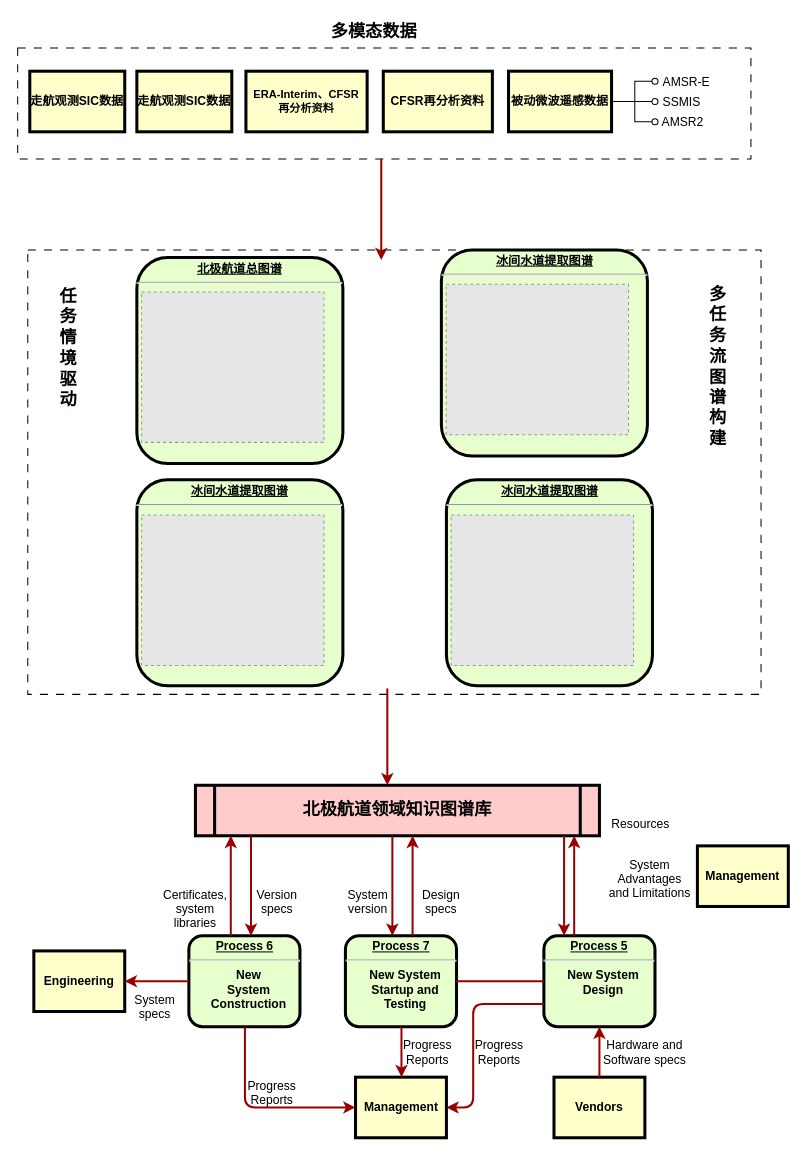
huxinkan517/DRAW.IO keeps this draw.io diagram as 北极航道.drawio. Above is the earlier version. Source tidied: cells renumbered, new cells numbered last; positions are measured from the earlier drawing's top-left corner, leaving out a move shared by most shapes. Both pictures are drawn from the tidied source at 101%, with x=0, y=0 at pixel (17, 17). Pictures stored in the file or linked from it are replaced by grey dashed boxes.
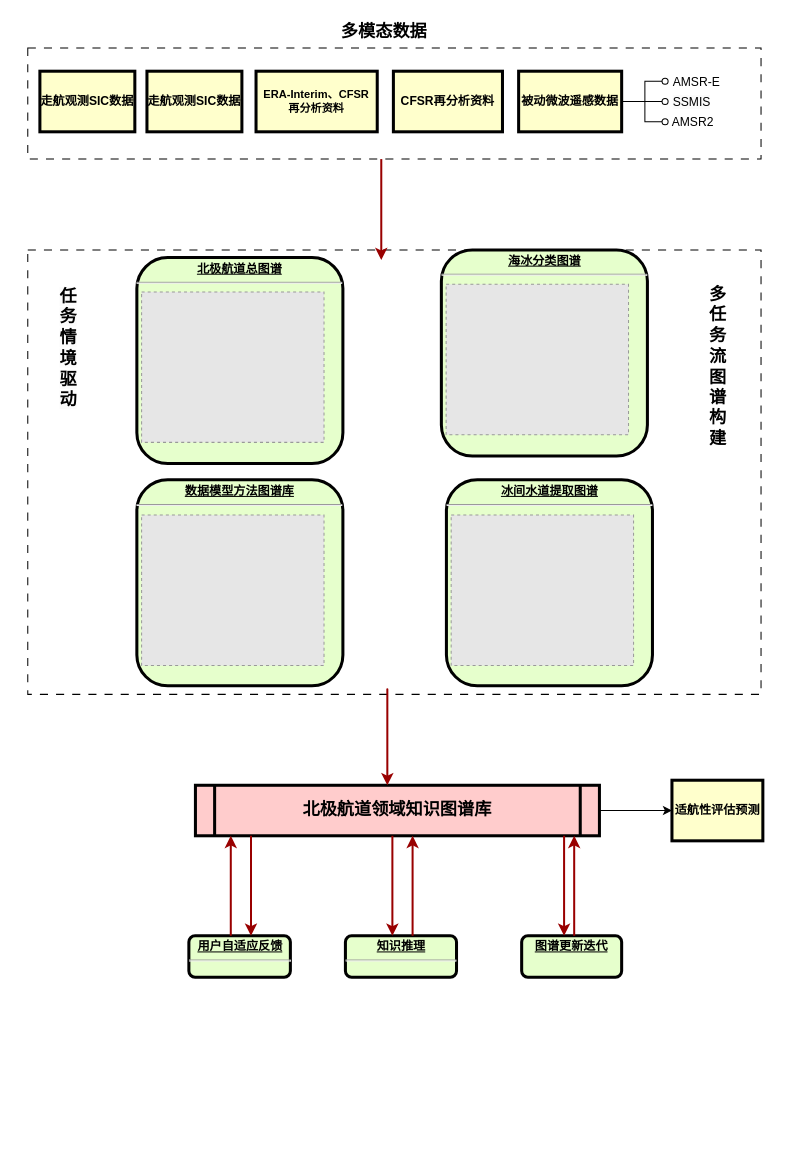
The same page after the edit.

Commit message (it also covers changes not shown here):
更新北极航道.drawio

The change refers to these unchanged cells:
```xml
<mxCell id="6" value="北极航道领域知识图谱库" style="shape=process;whiteSpace=wrap;align=center;verticalAlign=middle;size=0.0475;fontStyle=1;strokeWidth=3;fillColor=#FFCCCC;fontSize=17;" parent="1" vertex="1">
  <mxGeometry x="176" y="760" width="400" height="50" as="geometry" />
</mxCell>
```

Change to the diagram source:
```diff
@@
     <mxCell id="3" style="rounded=0;whiteSpace=wrap;html=1;strokeColor=default;dashed=1;dashPattern=8 8;" parent="1" vertex="1">
-      <mxGeometry y="30" width="726" height="110" as="geometry" />
+      <mxGeometry x="10" y="30" width="726" height="110" as="geometry" />
     </mxCell>
     <mxCell id="4" value="ERA-Interim、CFSR&#10;再分析资料" style="whiteSpace=wrap;align=center;verticalAlign=middle;fontStyle=1;strokeWidth=3;fillColor=#FFFFCC;fontSize=11;" parent="1" vertex="1">
-      <mxGeometry x="226" y="53" width="120" height="60" as="geometry" />
+      <mxGeometry x="236" y="53" width="120" height="60" as="geometry" />
     </mxCell>
     <mxCell id="5" value="CFSR再分析资料" style="whiteSpace=wrap;align=center;verticalAlign=middle;fontStyle=1;strokeWidth=3;fillColor=#FFFFCC;fontSize=12;" parent="1" vertex="1">
-      <mxGeometry x="362" y="53" width="108" height="60" as="geometry" />
+      <mxGeometry x="372" y="53" width="108" height="60" as="geometry" />
     </mxCell>
+    <mxCell id="60" style="edgeStyle=orthogonalEdgeStyle;rounded=0;jettySize=auto;html=1;exitX=1;exitY=0.5;exitDx=0;exitDy=0;entryX=0;entryY=0.5;entryDx=0;entryDy=0;" parent="1" edge="1" source="6" target="10">
+      <mxGeometry relative="1" as="geometry" />
+    </mxCell>
@@
-    <mxCell id="7" value="&lt;p style=&quot;margin: 0px; margin-top: 4px; text-align: center; text-decoration: underline;&quot;&gt;&lt;strong&gt;冰间水道提取图谱&lt;/strong&gt;&lt;/p&gt;&lt;hr&gt;&lt;p style=&quot;margin: 0px; margin-left: 8px;&quot;&gt;&lt;br&gt;&lt;/p&gt;" style="verticalAlign=middle;align=center;overflow=fill;fontSize=12;fontFamily=Helvetica;html=1;rounded=1;fontStyle=1;strokeWidth=3;fillColor=#E6FFCC;" parent="1" vertex="1">
+    <mxCell id="7" value="&lt;p style=&quot;margin: 0px; margin-top: 4px; text-align: center; text-decoration: underline;&quot;&gt;&lt;strong&gt;海冰分类图谱&lt;/strong&gt;&lt;/p&gt;&lt;hr&gt;&lt;p style=&quot;margin: 0px; margin-left: 8px;&quot;&gt;&lt;br&gt;&lt;/p&gt;" style="verticalAlign=middle;align=center;overflow=fill;fontSize=12;fontFamily=Helvetica;html=1;rounded=1;fontStyle=1;strokeWidth=3;fillColor=#E6FFCC;" parent="1" vertex="1">
       <mxGeometry x="419.5" y="230" width="204" height="204" as="geometry" />
     </mxCell>
-    <mxCell id="8" value="&lt;p style=&quot;margin: 0px; margin-top: 4px; text-align: center; text-decoration: underline;&quot;&gt;&lt;strong&gt;&lt;strong&gt;Process&lt;/strong&gt; 5&lt;br /&gt;&lt;/strong&gt;&lt;/p&gt;&lt;hr /&gt;&lt;p style=&quot;margin: 0px; margin-left: 8px;&quot;&gt;New System&lt;/p&gt;&lt;p style=&quot;margin: 0px; margin-left: 8px;&quot;&gt;Design&lt;/p&gt;" style="verticalAlign=middle;align=center;overflow=fill;fontSize=12;fontFamily=Helvetica;html=1;rounded=1;fontStyle=1;strokeWidth=3;fillColor=#E6FFCC;" parent="1" vertex="1">
-      <mxGeometry x="521" y="909" width="110" height="90" as="geometry" />
+    <mxCell id="8" value="&lt;p style=&quot;margin: 0px; margin-top: 4px; text-align: center; text-decoration: underline;&quot;&gt;图谱更新迭代&lt;/p&gt;" style="verticalAlign=middle;align=center;overflow=fill;fontSize=12;fontFamily=Helvetica;html=1;rounded=1;fontStyle=1;strokeWidth=3;fillColor=#E6FFCC;" parent="1" vertex="1">
+      <mxGeometry x="499" y="909" width="99" height="41" as="geometry" />
     </mxCell>
-    <mxCell id="9" value="&lt;p style=&quot;margin: 0px; margin-top: 4px; text-align: center; text-decoration: underline;&quot;&gt;&lt;strong&gt;&lt;strong&gt;Process&lt;/strong&gt; 6&lt;br /&gt;&lt;/strong&gt;&lt;/p&gt;&lt;hr /&gt;&lt;p style=&quot;margin: 0px; margin-left: 8px;&quot;&gt;New&lt;/p&gt;&lt;p style=&quot;margin: 0px; margin-left: 8px;&quot;&gt;System&lt;/p&gt;&lt;p style=&quot;margin: 0px; margin-left: 8px;&quot;&gt;Construction&lt;/p&gt;" style="verticalAlign=middle;align=center;overflow=fill;fontSize=12;fontFamily=Helvetica;html=1;rounded=1;fontStyle=1;strokeWidth=3;fillColor=#E6FFCC;" parent="1" vertex="1">
-      <mxGeometry x="169.5" y="909" width="110" height="90" as="geometry" />
+    <mxCell id="9" value="&lt;p style=&quot;margin: 0px; margin-top: 4px; text-align: center; text-decoration: underline;&quot;&gt;&lt;strong&gt;用户自适应反馈&lt;/strong&gt;&lt;/p&gt;&lt;hr&gt;&lt;p style=&quot;margin: 0px; margin-left: 8px;&quot;&gt;&lt;br&gt;&lt;/p&gt;" style="verticalAlign=middle;align=center;overflow=fill;fontSize=12;fontFamily=Helvetica;html=1;rounded=1;fontStyle=1;strokeWidth=3;fillColor=#E6FFCC;" parent="1" vertex="1">
+      <mxGeometry x="169.5" y="909" width="100.5" height="41" as="geometry" />
     </mxCell>
-    <mxCell id="10" value="Management" style="whiteSpace=wrap;align=center;verticalAlign=middle;fontStyle=1;strokeWidth=3;fillColor=#FFFFCC;" parent="1" vertex="1">
-      <mxGeometry x="673" y="820" width="90" height="60" as="geometry" />
+    <mxCell id="10" value="适航性评估预测" style="whiteSpace=wrap;align=center;verticalAlign=middle;fontStyle=1;strokeWidth=3;fillColor=#FFFFCC;" parent="1" vertex="1">
+      <mxGeometry x="647.8" y="755" width="90" height="60" as="geometry" />
     </mxCell>
-    <mxCell id="11" value="Management" style="whiteSpace=wrap;align=center;verticalAlign=middle;fontStyle=1;strokeWidth=3;fillColor=#FFFFCC;" parent="1" vertex="1">
-      <mxGeometry x="334.5" y="1049" width="90" height="60" as="geometry" />
-    </mxCell>
-    <mxCell id="12" value="Engineering" style="whiteSpace=wrap;align=center;verticalAlign=middle;fontStyle=1;strokeWidth=3;fillColor=#FFFFCC;" parent="1" vertex="1">
-      <mxGeometry x="16" y="924" width="90" height="60" as="geometry" />
-    </mxCell>
-    <mxCell id="13" value="Vendors" style="whiteSpace=wrap;align=center;verticalAlign=middle;fontStyle=1;strokeWidth=3;fillColor=#FFFFCC;" parent="1" vertex="1">
-      <mxGeometry x="531" y="1049" width="90" height="60" as="geometry" />
-    </mxCell>
@@
-    <mxCell id="15" value="&lt;p style=&quot;margin: 0px; margin-top: 4px; text-align: center; text-decoration: underline;&quot;&gt;&lt;strong&gt;&lt;strong&gt;Process&lt;/strong&gt; 7&lt;br /&gt;&lt;/strong&gt;&lt;/p&gt;&lt;hr /&gt;&lt;p style=&quot;margin: 0px; margin-left: 8px;&quot;&gt;New System&lt;/p&gt;&lt;p style=&quot;margin: 0px; margin-left: 8px;&quot;&gt;Startup and&lt;/p&gt;&lt;p style=&quot;margin: 0px; margin-left: 8px;&quot;&gt;Testing&lt;/p&gt;" style="verticalAlign=middle;align=center;overflow=fill;fontSize=12;fontFamily=Helvetica;html=1;rounded=1;fontStyle=1;strokeWidth=3;fillColor=#E6FFCC;" parent="1" vertex="1">
-      <mxGeometry x="324.5" y="909" width="110" height="90" as="geometry" />
+    <mxCell id="15" value="&lt;p style=&quot;margin: 0px; margin-top: 4px; text-align: center; text-decoration: underline;&quot;&gt;&lt;strong&gt;知识推理&lt;/strong&gt;&lt;/p&gt;&lt;hr&gt;&lt;p style=&quot;margin: 0px; margin-left: 8px;&quot;&gt;&lt;br&gt;&lt;/p&gt;" style="verticalAlign=middle;align=center;overflow=fill;fontSize=12;fontFamily=Helvetica;html=1;rounded=1;fontStyle=1;strokeWidth=3;fillColor=#E6FFCC;" parent="1" vertex="1">
+      <mxGeometry x="324.5" y="909" width="110" height="41" as="geometry" />
     </mxCell>
-    <mxCell id="16" style="endArrow=none;noEdgeStyle=1;strokeColor=#990000;strokeWidth=2;" parent="1" edge="1" source="8" target="15">
-      <mxGeometry relative="1" as="geometry" />
-    </mxCell>
@@
-    <mxCell id="18" value="Resources" style="text;spacingTop=-5;align=center;" parent="1" vertex="1">
-      <mxGeometry x="602" y="790" width="30" height="20" as="geometry" />
-    </mxCell>
-    <mxCell id="19" value="System &#10;Advantages &#10;and Limitations" style="text;spacingTop=-5;align=center;" parent="1" vertex="1">
-      <mxGeometry x="611" y="830" width="30" height="20" as="geometry" />
-    </mxCell>
@@
-    <mxCell id="22" style="edgeStyle=elbowEdgeStyle;elbow=horizontal;strokeColor=#990000;strokeWidth=2;" parent="1" edge="1" source="13" target="8">
-      <mxGeometry relative="1" as="geometry" />
-    </mxCell>
-    <mxCell id="23" value="Hardware and&#10;Software specs" style="text;spacingTop=-5;align=center;" parent="1" vertex="1">
-      <mxGeometry x="606" y="1009" width="30" height="20" as="geometry" />
-    </mxCell>
-    <mxCell id="24" style="edgeStyle=elbowEdgeStyle;elbow=horizontal;exitX=0;exitY=0.75;strokeColor=#990000;strokeWidth=2;" parent="1" edge="1" source="8" target="11">
-      <mxGeometry relative="1" as="geometry">
-        <Array as="points">
-          <mxPoint x="451" y="1029" />
-        </Array>
-      </mxGeometry>
-    </mxCell>
-    <mxCell id="25" value="Progress&#10;Reports" style="text;spacingTop=-5;align=center;" parent="1" vertex="1">
-      <mxGeometry x="462" y="1009" width="30" height="20" as="geometry" />
-    </mxCell>
-    <mxCell id="26" style="edgeStyle=elbowEdgeStyle;elbow=horizontal;strokeColor=#990000;strokeWidth=2;" parent="1" edge="1" source="15" target="11">
-      <mxGeometry relative="1" as="geometry" />
-    </mxCell>
-    <mxCell id="27" value="Progress&#10;Reports" style="text;spacingTop=-5;align=center;" parent="1" vertex="1">
-      <mxGeometry x="391" y="1009" width="30" height="20" as="geometry" />
-    </mxCell>
-    <mxCell id="28" style="edgeStyle=elbowEdgeStyle;elbow=horizontal;strokeColor=#990000;strokeWidth=2;" parent="1" edge="1" source="9" target="11">
-      <mxGeometry relative="1" as="geometry">
-        <Array as="points">
-          <mxPoint x="225" y="1029" />
-        </Array>
-      </mxGeometry>
-    </mxCell>
-    <mxCell id="29" value="Progress&#10;Reports" style="text;spacingTop=-5;align=center;" parent="1" vertex="1">
-      <mxGeometry x="237" y="1049" width="30" height="20" as="geometry" />
-    </mxCell>
-    <mxCell id="30" style="edgeStyle=elbowEdgeStyle;elbow=vertical;strokeColor=#990000;strokeWidth=2;" parent="1" edge="1" source="9" target="12">
-      <mxGeometry relative="1" as="geometry" />
-    </mxCell>
@@
-    <mxCell id="33" value="Version&#10;specs" style="text;spacingTop=-5;align=center;" parent="1" vertex="1">
-      <mxGeometry x="242" y="860" width="30" height="20" as="geometry" />
-    </mxCell>
-    <mxCell id="34" value="Certificates,&#10;system&#10;libraries" style="text;spacingTop=-5;align=center;" parent="1" vertex="1">
-      <mxGeometry x="161" y="860" width="30" height="20" as="geometry" />
-    </mxCell>
@@
-    <mxCell id="37" value="System&#10;specs" style="text;spacingTop=-5;align=center;" parent="1" vertex="1">
-      <mxGeometry x="121" y="964" width="30" height="20" as="geometry" />
-    </mxCell>
-    <mxCell id="38" value="Design&#10;specs" style="text;spacingTop=-5;align=center;" parent="1" vertex="1">
-      <mxGeometry x="404.5" y="860" width="30" height="20" as="geometry" />
-    </mxCell>
-    <mxCell id="39" value="System&#10;version" style="text;spacingTop=-5;align=center;" parent="1" vertex="1">
-      <mxGeometry x="332" y="860" width="30" height="20" as="geometry" />
-    </mxCell>
     <mxCell id="40" style="edgeStyle=orthogonalEdgeStyle;rounded=0;jettySize=auto;html=1;exitX=1;exitY=0.5;exitDx=0;exitDy=0;endArrow=oval;endFill=0;" parent="1" edge="1" source="42">
       <mxGeometry relative="1" as="geometry">
-        <mxPoint x="631" y="63" as="targetPoint" />
+        <mxPoint x="641" y="63" as="targetPoint" />
         <Array as="points">
-          <mxPoint x="611" y="83" />
-          <mxPoint x="611" y="63" />
+          <mxPoint x="621" y="83" />
+          <mxPoint x="621" y="63" />
         </Array>
       </mxGeometry>
     </mxCell>
     <mxCell id="41" style="edgeStyle=orthogonalEdgeStyle;rounded=0;jettySize=auto;html=1;exitX=1;exitY=0.5;exitDx=0;exitDy=0;endArrow=oval;endFill=0;" parent="1" edge="1" source="42">
       <mxGeometry relative="1" as="geometry">
-        <mxPoint x="631" y="83" as="targetPoint" />
+        <mxPoint x="641" y="83" as="targetPoint" />
       </mxGeometry>
     </mxCell>
     <mxCell id="42" value="被动微波遥感数据" style="whiteSpace=wrap;align=center;verticalAlign=middle;fontStyle=1;strokeWidth=3;fillColor=#FFFFCC;fontSize=12;" parent="1" vertex="1">
-      <mxGeometry x="486" y="53" width="102" height="60" as="geometry" />
+      <mxGeometry x="496" y="53" width="102" height="60" as="geometry" />
     </mxCell>
     <mxCell id="43" style="edgeStyle=orthogonalEdgeStyle;rounded=0;jettySize=auto;html=1;exitX=1;exitY=0.5;exitDx=0;exitDy=0;endArrow=oval;endFill=0;" parent="1" edge="1" source="42">
       <mxGeometry relative="1" as="geometry">
-        <mxPoint x="631" y="103" as="targetPoint" />
+        <mxPoint x="641" y="103" as="targetPoint" />
         <Array as="points">
-          <mxPoint x="611" y="83" />
-          <mxPoint x="611" y="103" />
+          <mxPoint x="621" y="83" />
+          <mxPoint x="621" y="103" />
         </Array>
       </mxGeometry>
     </mxCell>
     <mxCell id="44" value="&lt;span style=&quot;color: rgb(0, 0, 0); font-family: Helvetica; font-size: 12px; font-style: normal; font-variant-ligatures: normal; font-variant-caps: normal; font-weight: 400; letter-spacing: normal; orphans: 2; text-align: left; text-indent: 0px; text-transform: none; widows: 2; word-spacing: 0px; -webkit-text-stroke-width: 0px; background-color: rgb(251, 251, 251); text-decoration-thickness: initial; text-decoration-style: initial; text-decoration-color: initial; float: none; display: inline !important;&quot;&gt;SSMIS&lt;/span&gt;" style="text;whiteSpace=wrap;html=1;" parent="1" vertex="1">
-      <mxGeometry x="637" y="70" width="80" height="40" as="geometry" />
+      <mxGeometry x="647" y="70" width="80" height="40" as="geometry" />
     </mxCell>
     <mxCell id="45" value="AMSR-E" style="text;whiteSpace=wrap;html=1;" parent="1" vertex="1">
-      <mxGeometry x="637" y="50" width="70" height="40" as="geometry" />
+      <mxGeometry x="647" y="50" width="70" height="40" as="geometry" />
     </mxCell>
     <mxCell id="46" value="AMSR2" style="text;whiteSpace=wrap;html=1;" parent="1" vertex="1">
-      <mxGeometry x="636" y="90" width="70" height="40" as="geometry" />
+      <mxGeometry x="646" y="90" width="70" height="40" as="geometry" />
     </mxCell>
     <mxCell id="47" value="&lt;font style=&quot;font-size: 17px;&quot;&gt;多模态数据&lt;/font&gt;" style="text;html=1;strokeColor=none;fillColor=none;align=center;verticalAlign=middle;whiteSpace=wrap;rounded=0;fontStyle=1;" parent="1" vertex="1">
-      <mxGeometry x="285.5" width="134" height="30" as="geometry" />
+      <mxGeometry x="295.5" width="134" height="30" as="geometry" />
     </mxCell>
     <mxCell id="48" value="&lt;p&gt;&lt;br&gt;&lt;/p&gt;" style="text;whiteSpace=wrap;html=1;" parent="1" vertex="1">
-      <mxGeometry x="117" y="73" width="120" height="40" as="geometry" />
+      <mxGeometry x="127" y="73" width="120" height="40" as="geometry" />
     </mxCell>
     <mxCell id="49" value="走航观测SIC数据" style="whiteSpace=wrap;align=center;verticalAlign=middle;fontStyle=1;strokeWidth=3;fillColor=#FFFFCC;fontSize=12;" parent="1" vertex="1">
-      <mxGeometry x="118" y="53" width="94" height="60" as="geometry" />
+      <mxGeometry x="128" y="53" width="94" height="60" as="geometry" />
     </mxCell>
     <mxCell id="50" value="走航观测SIC数据" style="whiteSpace=wrap;align=center;verticalAlign=middle;fontStyle=1;strokeWidth=3;fillColor=#FFFFCC;fontSize=12;" parent="1" vertex="1">
-      <mxGeometry x="12" y="53" width="94" height="60" as="geometry" />
+      <mxGeometry x="22" y="53" width="94" height="60" as="geometry" />
     </mxCell>
@@
-    <mxCell id="54" value="&lt;p style=&quot;margin: 0px; margin-top: 4px; text-align: center; text-decoration: underline;&quot;&gt;&lt;strong&gt;冰间水道提取图谱&lt;/strong&gt;&lt;/p&gt;&lt;hr&gt;&lt;p style=&quot;margin: 0px; margin-left: 8px;&quot;&gt;&lt;br&gt;&lt;/p&gt;" style="verticalAlign=middle;align=center;overflow=fill;fontSize=12;fontFamily=Helvetica;html=1;rounded=1;fontStyle=1;strokeWidth=3;fillColor=#E6FFCC;" parent="1" vertex="1">
+    <mxCell id="54" value="&lt;p style=&quot;margin: 0px; margin-top: 4px; text-align: center; text-decoration: underline;&quot;&gt;&lt;strong&gt;数据模型方法图谱库&lt;/strong&gt;&lt;/p&gt;&lt;hr&gt;&lt;p style=&quot;margin: 0px; margin-left: 8px;&quot;&gt;&lt;br&gt;&lt;/p&gt;" style="verticalAlign=middle;align=center;overflow=fill;fontSize=12;fontFamily=Helvetica;html=1;rounded=1;fontStyle=1;strokeWidth=3;fillColor=#E6FFCC;" parent="1" vertex="1">
       <mxGeometry x="118" y="457.5" width="204" height="204" as="geometry" />
     </mxCell>
```
